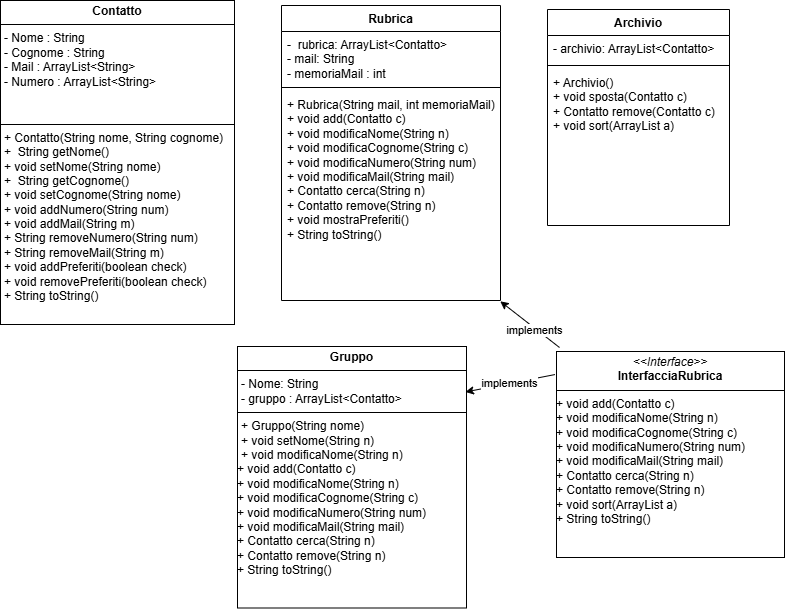
VinSVinS00/Programmi-pazzi keeps this draw.io diagram as Design/ClassiPazze.drawio.png. Above is the earlier version. Source tidied: cells renumbered, new cells last; positions are measured from the earlier drawing's top-left corner, leaving out a move shared by most shapes. Its diagram source:
```xml
<mxGraphModel>
  <root>
    <mxCell id="0" />
    <mxCell id="1" parent="0" />
    <mxCell id="2" value="&lt;p style=&quot;margin:0px;margin-top:4px;text-align:center;&quot;&gt;&lt;b&gt;Contatto&lt;/b&gt;&lt;/p&gt;&lt;hr size=&quot;1&quot; style=&quot;border-style:solid;&quot;&gt;&lt;p style=&quot;margin:0px;margin-left:4px;&quot;&gt;- Nome : String&lt;/p&gt;&lt;p style=&quot;margin:0px;margin-left:4px;&quot;&gt;- Cognome : String&lt;/p&gt;&lt;p style=&quot;margin:0px;margin-left:4px;&quot;&gt;- Mail : ArrayList&amp;lt;String&amp;gt;&lt;/p&gt;&lt;p style=&quot;margin:0px;margin-left:4px;&quot;&gt;- Numero : ArrayList&amp;lt;String&amp;gt;&lt;/p&gt;&lt;p style=&quot;margin:0px;margin-left:4px;&quot;&gt;&lt;br&gt;&lt;/p&gt;&lt;p style=&quot;margin:0px;margin-left:4px;&quot;&gt;&lt;br&gt;&lt;/p&gt;&lt;hr size=&quot;1&quot; style=&quot;border-style:solid;&quot;&gt;&lt;p style=&quot;margin:0px;margin-left:4px;&quot;&gt;+ Contatto(String nome, String cognome)&amp;nbsp;&lt;/p&gt;&lt;p style=&quot;margin:0px;margin-left:4px;&quot;&gt;+&amp;nbsp; String getNome()&lt;/p&gt;&lt;p style=&quot;margin:0px;margin-left:4px;&quot;&gt;+ void setNome(String nome)&lt;/p&gt;&lt;p style=&quot;margin: 0px 0px 0px 4px;&quot;&gt;+&amp;nbsp; String getCognome()&lt;/p&gt;&lt;p style=&quot;margin: 0px 0px 0px 4px;&quot;&gt;+ void setCognome(String nome)&lt;/p&gt;&lt;p style=&quot;margin: 0px 0px 0px 4px;&quot;&gt;+ void addNumero(String num)&lt;/p&gt;&lt;p style=&quot;margin: 0px 0px 0px 4px;&quot;&gt;+ void addMail(String m)&lt;/p&gt;&lt;p style=&quot;margin: 0px 0px 0px 4px;&quot;&gt;+ String removeNumero(String num)&lt;/p&gt;&lt;p style=&quot;margin: 0px 0px 0px 4px;&quot;&gt;+ String removeMail(String m)&lt;/p&gt;&lt;p style=&quot;margin: 0px 0px 0px 4px;&quot;&gt;+ void addPreferiti(boolean check)&lt;/p&gt;&lt;p style=&quot;margin: 0px 0px 0px 4px;&quot;&gt;+ void removePreferiti(boolean check)&lt;/p&gt;&lt;p style=&quot;margin: 0px 0px 0px 4px;&quot;&gt;+ String toString()&lt;/p&gt;&lt;p style=&quot;margin: 0px 0px 0px 4px;&quot;&gt;&lt;br&gt;&lt;/p&gt;" style="verticalAlign=top;align=left;overflow=fill;html=1;whiteSpace=wrap;" parent="1" vertex="1">
      <mxGeometry width="234" height="324" as="geometry" />
    </mxCell>
    <mxCell id="3" value="Rubrica" style="swimlane;fontStyle=1;align=center;verticalAlign=top;horizontal=1;startSize=26;whiteSpace=wrap;html=1;" parent="1" vertex="1">
      <mxGeometry x="281" y="5" width="219" height="295" as="geometry" />
    </mxCell>
    <mxCell id="4" value="-&amp;nbsp; rubrica: ArrayList&amp;lt;Contatto&amp;gt;&lt;div&gt;- mail: String&lt;/div&gt;&lt;div&gt;- memoriaMail : int&lt;br&gt;&lt;div&gt;&lt;div&gt;&lt;br&gt;&lt;/div&gt;&lt;/div&gt;&lt;/div&gt;" style="text;strokeColor=none;fillColor=none;align=left;verticalAlign=top;spacingLeft=4;spacingRight=4;overflow=hidden;whiteSpace=wrap;html=1;" parent="3" vertex="1">
      <mxGeometry y="26" width="219" height="52" as="geometry" />
    </mxCell>
    <mxCell id="5" style="line;strokeWidth=1;fillColor=none;align=left;verticalAlign=middle;spacingTop=-1;spacingLeft=3;spacingRight=3;labelPosition=right;strokeColor=inherit;" parent="3" vertex="1">
      <mxGeometry y="78" width="219" height="8" as="geometry" />
    </mxCell>
    <mxCell id="6" value="&lt;div&gt;+ Rubrica(String mail, int memoriaMail)&lt;/div&gt;&lt;div&gt;&lt;div&gt;+ void add(Contatto c)&lt;/div&gt;&lt;/div&gt;&lt;div&gt;+ void modificaNome(String n)&lt;/div&gt;&lt;div&gt;+ void modificaCognome(String c)&lt;/div&gt;&lt;div&gt;+ void modificaNumero(String num)&lt;/div&gt;&lt;div&gt;+ void modificaMail(String mail)&lt;/div&gt;&lt;div&gt;+ Contatto cerca(String n)&lt;/div&gt;&lt;div&gt;+ Contatto remove(String n)&lt;/div&gt;&lt;div&gt;+ void mostraPreferiti()&lt;/div&gt;&lt;div&gt;+ String toString()&lt;/div&gt;" style="text;strokeColor=none;fillColor=none;align=left;verticalAlign=top;spacingLeft=4;spacingRight=4;overflow=hidden;points=[[0,0.5],[1,0.5]];portConstraint=eastwest;whiteSpace=wrap;html=1;" parent="3" vertex="1">
      <mxGeometry y="86" width="219" height="209" as="geometry" />
    </mxCell>
    <mxCell id="7" value="Archivio" style="swimlane;fontStyle=1;align=center;verticalAlign=top;horizontal=1;startSize=26;whiteSpace=wrap;html=1;" parent="1" vertex="1">
      <mxGeometry x="547" y="9" width="182" height="216" as="geometry" />
    </mxCell>
    <mxCell id="8" value="- archivio: ArrayList&amp;lt;Contatto&amp;gt;" style="text;strokeColor=none;fillColor=none;align=left;verticalAlign=top;spacingLeft=4;spacingRight=4;overflow=hidden;whiteSpace=wrap;html=1;" parent="7" vertex="1">
      <mxGeometry y="26" width="182" height="26" as="geometry" />
    </mxCell>
    <mxCell id="9" style="line;strokeWidth=1;fillColor=none;align=left;verticalAlign=middle;spacingTop=-1;spacingLeft=3;spacingRight=3;labelPosition=right;strokeColor=inherit;" parent="7" vertex="1">
      <mxGeometry y="52" width="182" height="8" as="geometry" />
    </mxCell>
    <mxCell id="10" value="+ Archivio()&lt;div&gt;+ void sposta(Contatto c)&lt;/div&gt;&lt;div&gt;+ Contatto remove(Contatto c)&lt;/div&gt;&lt;div&gt;+ void sort(ArrayList a)&lt;/div&gt;" style="text;strokeColor=none;fillColor=none;align=left;verticalAlign=top;spacingLeft=4;spacingRight=4;overflow=hidden;whiteSpace=wrap;html=1;" parent="7" vertex="1">
      <mxGeometry y="60" width="182" height="156" as="geometry" />
    </mxCell>
    <mxCell id="11" value="&lt;p style=&quot;margin:0px;margin-top:4px;text-align:center;&quot;&gt;&lt;b&gt;Gruppo&lt;/b&gt;&lt;/p&gt;&lt;hr size=&quot;1&quot; style=&quot;border-style:solid;&quot;&gt;&lt;p style=&quot;margin:0px;margin-left:4px;&quot;&gt;- Nome: String&lt;/p&gt;&lt;p style=&quot;margin:0px;margin-left:4px;&quot;&gt;- gruppo : ArrayList&amp;lt;Contatto&amp;gt;&lt;/p&gt;&lt;hr size=&quot;1&quot; style=&quot;border-style:solid;&quot;&gt;&lt;p style=&quot;margin:0px;margin-left:4px;&quot;&gt;+ Gruppo(String nome)&lt;/p&gt;&lt;p style=&quot;margin:0px;margin-left:4px;&quot;&gt;+ void setNome(String n)&lt;/p&gt;&lt;p style=&quot;margin:0px;margin-left:4px;&quot;&gt;+ void modificaNome(String n)&lt;/p&gt;&lt;div&gt;&lt;span style=&quot;background-color: initial;&quot;&gt;+ void add(Contatto c)&lt;/span&gt;&lt;/div&gt;&lt;div&gt;+ void modificaNome(String n)&lt;/div&gt;&lt;div&gt;+ void modificaCognome(String c)&lt;/div&gt;&lt;div&gt;+ void modificaNumero(String num)&lt;/div&gt;&lt;div&gt;+ void modificaMail(String mail)&lt;/div&gt;&lt;div&gt;+ Contatto cerca(String n)&lt;/div&gt;&lt;div&gt;+ Contatto remove(String n)&lt;/div&gt;&lt;div&gt;+ String toString()&lt;/div&gt;&lt;p style=&quot;margin:0px;margin-left:4px;&quot;&gt;&lt;br&gt;&lt;/p&gt;" style="verticalAlign=top;align=left;overflow=fill;html=1;whiteSpace=wrap;" parent="1" vertex="1">
      <mxGeometry x="237" y="346" width="229" height="261.5" as="geometry" />
    </mxCell>
    <mxCell id="12" value="&lt;p style=&quot;margin:0px;margin-top:4px;text-align:center;&quot;&gt;&lt;i&gt;&amp;lt;&amp;lt;Interface&amp;gt;&amp;gt;&lt;/i&gt;&lt;br&gt;&lt;b&gt;InterfacciaRubrica&lt;/b&gt;&lt;/p&gt;&lt;hr size=&quot;1&quot; style=&quot;border-style:solid;&quot;&gt;&lt;div&gt;&lt;span style=&quot;background-color: initial;&quot;&gt;+ void add(Contatto c)&lt;/span&gt;&lt;/div&gt;&lt;div&gt;+ void modificaNome(String n)&lt;/div&gt;&lt;div&gt;+ void modificaCognome(String c)&lt;/div&gt;&lt;div&gt;+ void modificaNumero(String num)&lt;/div&gt;&lt;div&gt;+ void modificaMail(String mail)&lt;/div&gt;&lt;div&gt;+ Contatto cerca(String n)&lt;/div&gt;&lt;div&gt;+ Contatto remove(String n)&lt;/div&gt;&lt;div&gt;+ void sort(ArrayList a)&lt;/div&gt;&lt;div&gt;+ String toString()&lt;/div&gt;" style="verticalAlign=top;align=left;overflow=fill;html=1;whiteSpace=wrap;" parent="1" vertex="1">
      <mxGeometry x="556" y="351" width="228" height="206" as="geometry" />
    </mxCell>
    <mxCell id="13" style="endArrow=classic;html=1;rounded=0;entryX=0.999;entryY=1.004;entryDx=0;entryDy=0;entryPerimeter=0;" parent="1" edge="1" target="6">
      <mxGeometry relative="1" as="geometry">
        <mxPoint x="559" y="347" as="sourcePoint" />
      </mxGeometry>
    </mxCell>
    <mxCell id="14" value="implements" style="edgeLabel;html=1;align=center;verticalAlign=middle;" parent="13" vertex="1">
      <mxGeometry x="-0.16" y="2" relative="1" as="geometry" />
    </mxCell>
    <mxCell id="15" value="implements" style="endArrow=classic;html=1;rounded=0;entryX=0.995;entryY=0.174;entryDx=0;entryDy=0;entryPerimeter=0;exitX=-0.007;exitY=0.112;exitDx=0;exitDy=0;exitPerimeter=0;" parent="1" edge="1" source="12" target="11">
      <mxGeometry relative="1" as="geometry" />
    </mxCell>
  </root>
</mxGraphModel>
```
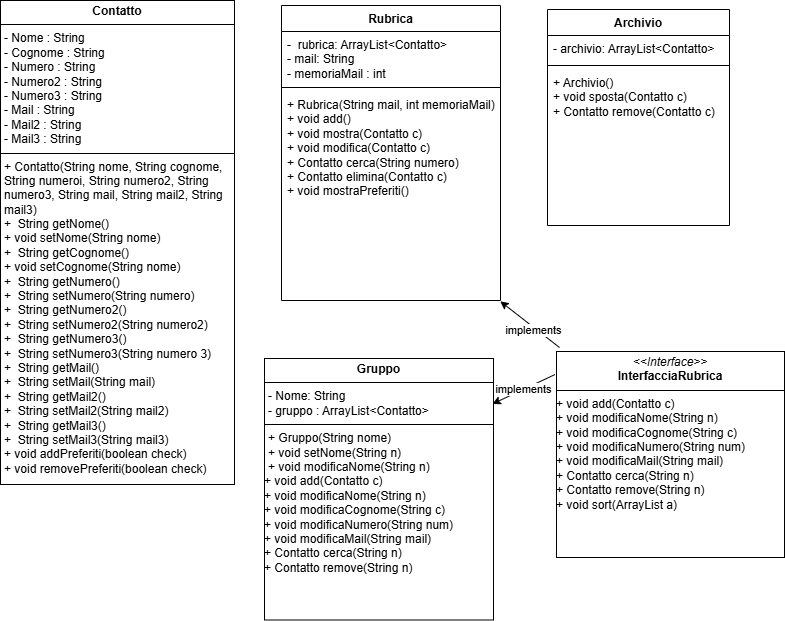
After the change.

What changed in the source:
```diff
@@ -2,8 +2,8 @@
   <root>
     <mxCell id="0" />
     <mxCell id="1" parent="0" />
-    <mxCell id="2" value="&lt;p style=&quot;margin:0px;margin-top:4px;text-align:center;&quot;&gt;&lt;b&gt;Contatto&lt;/b&gt;&lt;/p&gt;&lt;hr size=&quot;1&quot; style=&quot;border-style:solid;&quot;&gt;&lt;p style=&quot;margin:0px;margin-left:4px;&quot;&gt;- Nome : String&lt;/p&gt;&lt;p style=&quot;margin:0px;margin-left:4px;&quot;&gt;- Cognome : String&lt;/p&gt;&lt;p style=&quot;margin:0px;margin-left:4px;&quot;&gt;- Mail : ArrayList&amp;lt;String&amp;gt;&lt;/p&gt;&lt;p style=&quot;margin:0px;margin-left:4px;&quot;&gt;- Numero : ArrayList&amp;lt;String&amp;gt;&lt;/p&gt;&lt;p style=&quot;margin:0px;margin-left:4px;&quot;&gt;&lt;br&gt;&lt;/p&gt;&lt;p style=&quot;margin:0px;margin-left:4px;&quot;&gt;&lt;br&gt;&lt;/p&gt;&lt;hr size=&quot;1&quot; style=&quot;border-style:solid;&quot;&gt;&lt;p style=&quot;margin:0px;margin-left:4px;&quot;&gt;+ Contatto(String nome, String cognome)&amp;nbsp;&lt;/p&gt;&lt;p style=&quot;margin:0px;margin-left:4px;&quot;&gt;+&amp;nbsp; String getNome()&lt;/p&gt;&lt;p style=&quot;margin:0px;margin-left:4px;&quot;&gt;+ void setNome(String nome)&lt;/p&gt;&lt;p style=&quot;margin: 0px 0px 0px 4px;&quot;&gt;+&amp;nbsp; String getCognome()&lt;/p&gt;&lt;p style=&quot;margin: 0px 0px 0px 4px;&quot;&gt;+ void setCognome(String nome)&lt;/p&gt;&lt;p style=&quot;margin: 0px 0px 0px 4px;&quot;&gt;+ void addNumero(String num)&lt;/p&gt;&lt;p style=&quot;margin: 0px 0px 0px 4px;&quot;&gt;+ void addMail(String m)&lt;/p&gt;&lt;p style=&quot;margin: 0px 0px 0px 4px;&quot;&gt;+ String removeNumero(String num)&lt;/p&gt;&lt;p style=&quot;margin: 0px 0px 0px 4px;&quot;&gt;+ String removeMail(String m)&lt;/p&gt;&lt;p style=&quot;margin: 0px 0px 0px 4px;&quot;&gt;+ void addPreferiti(boolean check)&lt;/p&gt;&lt;p style=&quot;margin: 0px 0px 0px 4px;&quot;&gt;+ void removePreferiti(boolean check)&lt;/p&gt;&lt;p style=&quot;margin: 0px 0px 0px 4px;&quot;&gt;+ String toString()&lt;/p&gt;&lt;p style=&quot;margin: 0px 0px 0px 4px;&quot;&gt;&lt;br&gt;&lt;/p&gt;" style="verticalAlign=top;align=left;overflow=fill;html=1;whiteSpace=wrap;" parent="1" vertex="1">
-      <mxGeometry width="234" height="324" as="geometry" />
+    <mxCell id="2" value="&lt;p style=&quot;margin:0px;margin-top:4px;text-align:center;&quot;&gt;&lt;b&gt;Contatto&lt;/b&gt;&lt;/p&gt;&lt;hr size=&quot;1&quot; style=&quot;border-style:solid;&quot;&gt;&lt;p style=&quot;margin:0px;margin-left:4px;&quot;&gt;- Nome : String&lt;/p&gt;&lt;p style=&quot;margin:0px;margin-left:4px;&quot;&gt;- Cognome : String&lt;/p&gt;&lt;p style=&quot;margin:0px;margin-left:4px;&quot;&gt;- Numero : String&lt;/p&gt;&lt;p style=&quot;margin: 0px 0px 0px 4px;&quot;&gt;- Numero2 : String&lt;/p&gt;&lt;div&gt;&lt;p style=&quot;margin: 0px 0px 0px 4px;&quot;&gt;- Numero3 : String&lt;/p&gt;&lt;/div&gt;&lt;div&gt;&lt;p style=&quot;margin: 0px 0px 0px 4px;&quot;&gt;- Mail : String&lt;/p&gt;&lt;p style=&quot;margin: 0px 0px 0px 4px;&quot;&gt;&lt;span style=&quot;background-color: initial;&quot;&gt;- Mail2 : String&lt;/span&gt;&lt;/p&gt;&lt;/div&gt;&lt;p style=&quot;margin: 0px 0px 0px 4px;&quot;&gt;- Mail3 : String&lt;/p&gt;&lt;hr size=&quot;1&quot; style=&quot;border-style:solid;&quot;&gt;&lt;p style=&quot;margin:0px;margin-left:4px;&quot;&gt;+ Contatto(String nome, String cognome, String numeroi, String numero2, String numero3, String mail, String mail2, String mail3)&amp;nbsp;&lt;/p&gt;&lt;p style=&quot;margin:0px;margin-left:4px;&quot;&gt;+&amp;nbsp; String getNome()&lt;/p&gt;&lt;p style=&quot;margin:0px;margin-left:4px;&quot;&gt;+ void setNome(String nome)&lt;/p&gt;&lt;p style=&quot;margin: 0px 0px 0px 4px;&quot;&gt;+&amp;nbsp; String getCognome()&lt;/p&gt;&lt;p style=&quot;margin: 0px 0px 0px 4px;&quot;&gt;+ void setCognome(String nome)&lt;/p&gt;&lt;p style=&quot;margin: 0px 0px 0px 4px;&quot;&gt;+&amp;nbsp; String getNumero()&lt;/p&gt;&lt;p style=&quot;margin: 0px 0px 0px 4px;&quot;&gt;+&amp;nbsp; String setNumero(String numero)&lt;/p&gt;&lt;p style=&quot;margin: 0px 0px 0px 4px;&quot;&gt;+&amp;nbsp; String getNumero2()&lt;/p&gt;&lt;p style=&quot;margin: 0px 0px 0px 4px;&quot;&gt;+&amp;nbsp; String setNumero2(String numero2)&lt;/p&gt;&lt;p style=&quot;margin: 0px 0px 0px 4px;&quot;&gt;+&amp;nbsp; String getNumero3()&lt;/p&gt;&lt;p style=&quot;margin: 0px 0px 0px 4px;&quot;&gt;&lt;span style=&quot;background-color: initial;&quot;&gt;+&amp;nbsp; String setNumero3(String numero 3)&lt;/span&gt;&lt;/p&gt;&lt;p style=&quot;margin: 0px 0px 0px 4px;&quot;&gt;+&amp;nbsp; String getMail()&lt;/p&gt;&lt;p style=&quot;margin: 0px 0px 0px 4px;&quot;&gt;+&amp;nbsp; String setMail(String mail)&lt;/p&gt;&lt;p style=&quot;margin: 0px 0px 0px 4px;&quot;&gt;+&amp;nbsp; String getMail2()&lt;/p&gt;&lt;p style=&quot;margin: 0px 0px 0px 4px;&quot;&gt;+&amp;nbsp; String setMail2(String mail2)&lt;/p&gt;&lt;p style=&quot;margin: 0px 0px 0px 4px;&quot;&gt;+&amp;nbsp; String getMail3()&lt;/p&gt;&lt;p style=&quot;margin: 0px 0px 0px 4px;&quot;&gt;+&amp;nbsp; String setMail3(String mail3)&lt;/p&gt;&lt;p style=&quot;margin: 0px 0px 0px 4px;&quot;&gt;+ void addPreferiti(boolean check)&lt;/p&gt;&lt;p style=&quot;margin: 0px 0px 0px 4px;&quot;&gt;+ void removePreferiti(boolean check)&lt;/p&gt;&lt;p style=&quot;margin: 0px 0px 0px 4px;&quot;&gt;&lt;br&gt;&lt;/p&gt;" style="verticalAlign=top;align=left;overflow=fill;html=1;whiteSpace=wrap;" parent="1" vertex="1">
+      <mxGeometry width="234" height="484" as="geometry" />
     </mxCell>
     <mxCell id="3" value="Rubrica" style="swimlane;fontStyle=1;align=center;verticalAlign=top;horizontal=1;startSize=26;whiteSpace=wrap;html=1;" parent="1" vertex="1">
       <mxGeometry x="281" y="5" width="219" height="295" as="geometry" />
@@ -14,7 +14,7 @@
     <mxCell id="5" style="line;strokeWidth=1;fillColor=none;align=left;verticalAlign=middle;spacingTop=-1;spacingLeft=3;spacingRight=3;labelPosition=right;strokeColor=inherit;" parent="3" vertex="1">
       <mxGeometry y="78" width="219" height="8" as="geometry" />
     </mxCell>
-    <mxCell id="6" value="&lt;div&gt;+ Rubrica(String mail, int memoriaMail)&lt;/div&gt;&lt;div&gt;&lt;div&gt;+ void add(Contatto c)&lt;/div&gt;&lt;/div&gt;&lt;div&gt;+ void modificaNome(String n)&lt;/div&gt;&lt;div&gt;+ void modificaCognome(String c)&lt;/div&gt;&lt;div&gt;+ void modificaNumero(String num)&lt;/div&gt;&lt;div&gt;+ void modificaMail(String mail)&lt;/div&gt;&lt;div&gt;+ Contatto cerca(String n)&lt;/div&gt;&lt;div&gt;+ Contatto remove(String n)&lt;/div&gt;&lt;div&gt;+ void mostraPreferiti()&lt;/div&gt;&lt;div&gt;+ String toString()&lt;/div&gt;" style="text;strokeColor=none;fillColor=none;align=left;verticalAlign=top;spacingLeft=4;spacingRight=4;overflow=hidden;points=[[0,0.5],[1,0.5]];portConstraint=eastwest;whiteSpace=wrap;html=1;" parent="3" vertex="1">
+    <mxCell id="6" value="&lt;div&gt;+ Rubrica(String mail, int memoriaMail)&lt;/div&gt;&lt;div&gt;&lt;div&gt;+ void add()&lt;/div&gt;&lt;/div&gt;&lt;div&gt;+ void mostra(Contatto c)&lt;/div&gt;&lt;div&gt;+ void modifica(Contatto c)&lt;/div&gt;&lt;div&gt;+ Contatto cerca(String numero)&lt;/div&gt;&lt;div&gt;+ Contatto elimina(Contatto c)&lt;/div&gt;&lt;div&gt;+ void mostraPreferiti()&lt;/div&gt;" style="text;strokeColor=none;fillColor=none;align=left;verticalAlign=top;spacingLeft=4;spacingRight=4;overflow=hidden;points=[[0,0.5],[1,0.5]];portConstraint=eastwest;whiteSpace=wrap;html=1;" parent="3" vertex="1">
       <mxGeometry y="86" width="219" height="209" as="geometry" />
     </mxCell>
     <mxCell id="7" value="Archivio" style="swimlane;fontStyle=1;align=center;verticalAlign=top;horizontal=1;startSize=26;whiteSpace=wrap;html=1;" parent="1" vertex="1">
@@ -26,13 +26,13 @@
     <mxCell id="9" style="line;strokeWidth=1;fillColor=none;align=left;verticalAlign=middle;spacingTop=-1;spacingLeft=3;spacingRight=3;labelPosition=right;strokeColor=inherit;" parent="7" vertex="1">
       <mxGeometry y="52" width="182" height="8" as="geometry" />
     </mxCell>
-    <mxCell id="10" value="+ Archivio()&lt;div&gt;+ void sposta(Contatto c)&lt;/div&gt;&lt;div&gt;+ Contatto remove(Contatto c)&lt;/div&gt;&lt;div&gt;+ void sort(ArrayList a)&lt;/div&gt;" style="text;strokeColor=none;fillColor=none;align=left;verticalAlign=top;spacingLeft=4;spacingRight=4;overflow=hidden;whiteSpace=wrap;html=1;" parent="7" vertex="1">
+    <mxCell id="10" value="+ Archivio()&lt;div&gt;+ void sposta(Contatto c)&lt;/div&gt;&lt;div&gt;+ Contatto remove(Contatto c)&lt;/div&gt;" style="text;strokeColor=none;fillColor=none;align=left;verticalAlign=top;spacingLeft=4;spacingRight=4;overflow=hidden;whiteSpace=wrap;html=1;" parent="7" vertex="1">
       <mxGeometry y="60" width="182" height="156" as="geometry" />
     </mxCell>
-    <mxCell id="11" value="&lt;p style=&quot;margin:0px;margin-top:4px;text-align:center;&quot;&gt;&lt;b&gt;Gruppo&lt;/b&gt;&lt;/p&gt;&lt;hr size=&quot;1&quot; style=&quot;border-style:solid;&quot;&gt;&lt;p style=&quot;margin:0px;margin-left:4px;&quot;&gt;- Nome: String&lt;/p&gt;&lt;p style=&quot;margin:0px;margin-left:4px;&quot;&gt;- gruppo : ArrayList&amp;lt;Contatto&amp;gt;&lt;/p&gt;&lt;hr size=&quot;1&quot; style=&quot;border-style:solid;&quot;&gt;&lt;p style=&quot;margin:0px;margin-left:4px;&quot;&gt;+ Gruppo(String nome)&lt;/p&gt;&lt;p style=&quot;margin:0px;margin-left:4px;&quot;&gt;+ void setNome(String n)&lt;/p&gt;&lt;p style=&quot;margin:0px;margin-left:4px;&quot;&gt;+ void modificaNome(String n)&lt;/p&gt;&lt;div&gt;&lt;span style=&quot;background-color: initial;&quot;&gt;+ void add(Contatto c)&lt;/span&gt;&lt;/div&gt;&lt;div&gt;+ void modificaNome(String n)&lt;/div&gt;&lt;div&gt;+ void modificaCognome(String c)&lt;/div&gt;&lt;div&gt;+ void modificaNumero(String num)&lt;/div&gt;&lt;div&gt;+ void modificaMail(String mail)&lt;/div&gt;&lt;div&gt;+ Contatto cerca(String n)&lt;/div&gt;&lt;div&gt;+ Contatto remove(String n)&lt;/div&gt;&lt;div&gt;+ String toString()&lt;/div&gt;&lt;p style=&quot;margin:0px;margin-left:4px;&quot;&gt;&lt;br&gt;&lt;/p&gt;" style="verticalAlign=top;align=left;overflow=fill;html=1;whiteSpace=wrap;" parent="1" vertex="1">
-      <mxGeometry x="237" y="346" width="229" height="261.5" as="geometry" />
+    <mxCell id="11" value="&lt;p style=&quot;margin:0px;margin-top:4px;text-align:center;&quot;&gt;&lt;b&gt;Gruppo&lt;/b&gt;&lt;/p&gt;&lt;hr size=&quot;1&quot; style=&quot;border-style:solid;&quot;&gt;&lt;p style=&quot;margin:0px;margin-left:4px;&quot;&gt;- Nome: String&lt;/p&gt;&lt;p style=&quot;margin:0px;margin-left:4px;&quot;&gt;- gruppo : ArrayList&amp;lt;Contatto&amp;gt;&lt;/p&gt;&lt;hr size=&quot;1&quot; style=&quot;border-style:solid;&quot;&gt;&lt;p style=&quot;margin:0px;margin-left:4px;&quot;&gt;+ Gruppo(String nome)&lt;/p&gt;&lt;p style=&quot;margin:0px;margin-left:4px;&quot;&gt;+ void setNome(String n)&lt;/p&gt;&lt;p style=&quot;margin:0px;margin-left:4px;&quot;&gt;+ void modificaNome(String n)&lt;/p&gt;&lt;div&gt;&lt;span style=&quot;background-color: initial;&quot;&gt;+ void add(Contatto c)&lt;/span&gt;&lt;/div&gt;&lt;div&gt;+ void modificaNome(String n)&lt;/div&gt;&lt;div&gt;+ void modificaCognome(String c)&lt;/div&gt;&lt;div&gt;+ void modificaNumero(String num)&lt;/div&gt;&lt;div&gt;+ void modificaMail(String mail)&lt;/div&gt;&lt;div&gt;+ Contatto cerca(String n)&lt;/div&gt;&lt;div&gt;+ Contatto remove(String n)&lt;/div&gt;" style="verticalAlign=top;align=left;overflow=fill;html=1;whiteSpace=wrap;" parent="1" vertex="1">
+      <mxGeometry x="264" y="358" width="229" height="261.5" as="geometry" />
     </mxCell>
-    <mxCell id="12" value="&lt;p style=&quot;margin:0px;margin-top:4px;text-align:center;&quot;&gt;&lt;i&gt;&amp;lt;&amp;lt;Interface&amp;gt;&amp;gt;&lt;/i&gt;&lt;br&gt;&lt;b&gt;InterfacciaRubrica&lt;/b&gt;&lt;/p&gt;&lt;hr size=&quot;1&quot; style=&quot;border-style:solid;&quot;&gt;&lt;div&gt;&lt;span style=&quot;background-color: initial;&quot;&gt;+ void add(Contatto c)&lt;/span&gt;&lt;/div&gt;&lt;div&gt;+ void modificaNome(String n)&lt;/div&gt;&lt;div&gt;+ void modificaCognome(String c)&lt;/div&gt;&lt;div&gt;+ void modificaNumero(String num)&lt;/div&gt;&lt;div&gt;+ void modificaMail(String mail)&lt;/div&gt;&lt;div&gt;+ Contatto cerca(String n)&lt;/div&gt;&lt;div&gt;+ Contatto remove(String n)&lt;/div&gt;&lt;div&gt;+ void sort(ArrayList a)&lt;/div&gt;&lt;div&gt;+ String toString()&lt;/div&gt;" style="verticalAlign=top;align=left;overflow=fill;html=1;whiteSpace=wrap;" parent="1" vertex="1">
+    <mxCell id="12" value="&lt;p style=&quot;margin:0px;margin-top:4px;text-align:center;&quot;&gt;&lt;i&gt;&amp;lt;&amp;lt;Interface&amp;gt;&amp;gt;&lt;/i&gt;&lt;br&gt;&lt;b&gt;InterfacciaRubrica&lt;/b&gt;&lt;/p&gt;&lt;hr size=&quot;1&quot; style=&quot;border-style:solid;&quot;&gt;&lt;div&gt;&lt;span style=&quot;background-color: initial;&quot;&gt;+ void add(Contatto c)&lt;/span&gt;&lt;/div&gt;&lt;div&gt;+ void modificaNome(String n)&lt;/div&gt;&lt;div&gt;+ void modificaCognome(String c)&lt;/div&gt;&lt;div&gt;+ void modificaNumero(String num)&lt;/div&gt;&lt;div&gt;+ void modificaMail(String mail)&lt;/div&gt;&lt;div&gt;+ Contatto cerca(String n)&lt;/div&gt;&lt;div&gt;+ Contatto remove(String n)&lt;/div&gt;&lt;div&gt;+ void sort(ArrayList a)&lt;/div&gt;" style="verticalAlign=top;align=left;overflow=fill;html=1;whiteSpace=wrap;" parent="1" vertex="1">
       <mxGeometry x="556" y="351" width="228" height="206" as="geometry" />
     </mxCell>
     <mxCell id="13" style="endArrow=classic;html=1;rounded=0;entryX=0.999;entryY=1.004;entryDx=0;entryDy=0;entryPerimeter=0;" parent="1" edge="1" target="6">
```
